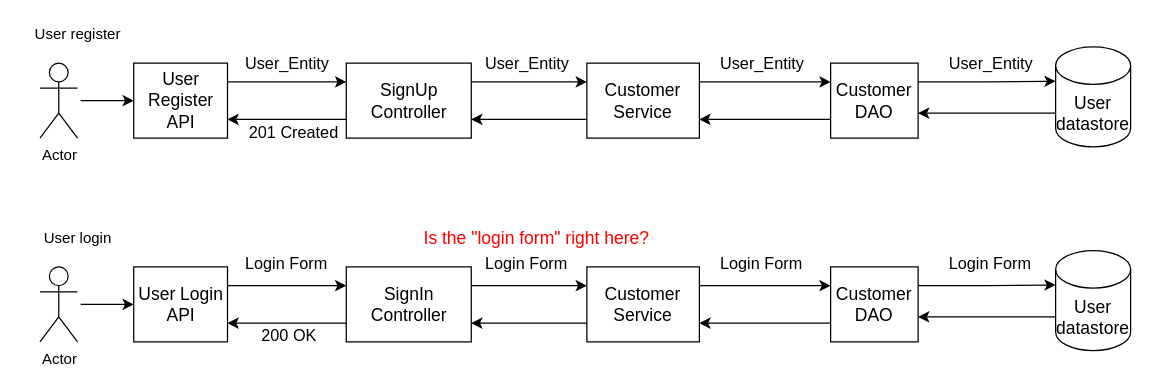
Above: page "User Service" (3 of 6) of Designdiagram/SystemOverview.drawio in laifukun/FLAGCamp-Design (draw.io), before the change. Source tidied: cells renumbered, new cells numbered last; positions are measured from the earlier drawing's top-left corner, leaving out a move shared by most shapes. Both pictures are drawn from the tidied source at 125%, with x=0, y=0 at pixel (20, 21).
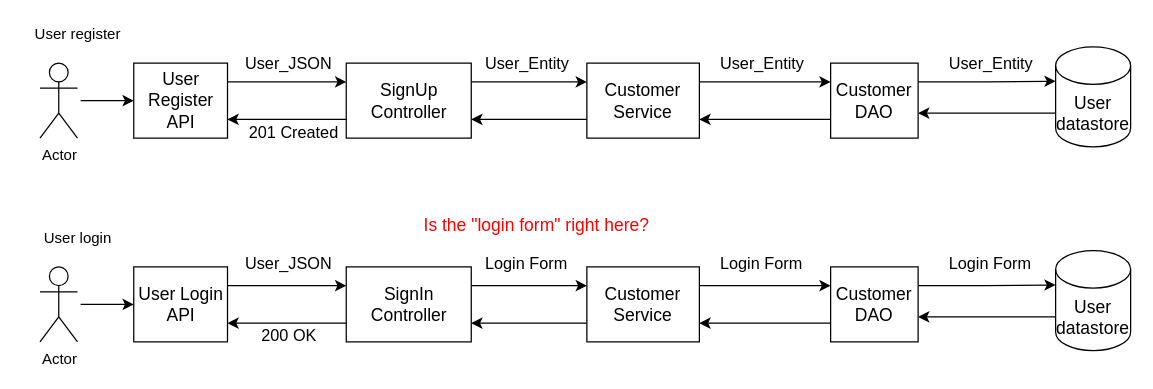
After the change.

Unchanged cells that the change refers to:
```xml
<mxCell id="17" style="endArrow=classic;html=1;exitX=1;exitY=0.25;exitDx=0;exitDy=0;entryX=0;entryY=0.25;entryDx=0;entryDy=0;" parent="1" edge="1" source="11" target="14">
  <mxGeometry relative="1" as="geometry" />
</mxCell>
<mxCell id="34" style="endArrow=classic;html=1;exitX=1;exitY=0.25;exitDx=0;exitDy=0;entryX=0;entryY=0.25;entryDx=0;entryDy=0;" parent="1" edge="1" source="28" target="31">
  <mxGeometry relative="1" as="geometry" />
</mxCell>
```

The edit, as a diff of the source:
```diff
@@
-    <mxCell id="18" value="User_Entity" style="edgeLabel;html=1;align=left;verticalAlign=bottom;fontSize=13;" parent="17" vertex="1">
+    <mxCell id="18" value="User_JSON" style="edgeLabel;html=1;align=left;verticalAlign=bottom;fontSize=13;" parent="17" vertex="1">
       <mxGeometry x="-1" relative="1" as="geometry">
         <mxPoint x="-365" y="-5" as="offset" />
       </mxGeometry>
     </mxCell>
@@
-    <mxCell id="35" value="Login Form" style="edgeLabel;html=1;align=left;verticalAlign=bottom;fontSize=13;" parent="34" vertex="1">
+    <mxCell id="35" value="User_JSON" style="edgeLabel;html=1;align=left;verticalAlign=bottom;fontSize=13;" parent="34" vertex="1">
       <mxGeometry x="-1" relative="1" as="geometry">
         <mxPoint x="-365" y="-8" as="offset" />
       </mxGeometry>
     </mxCell>
@@
     <mxCell id="44" value="Is the &quot;login form&quot; right here?" style="text;html=1;strokeColor=none;fillColor=none;align=center;verticalAlign=middle;whiteSpace=wrap;rounded=0;fontSize=14;fontColor=#FF0000;" parent="1" vertex="1">
-      <mxGeometry x="318" y="163" width="190" height="20" as="geometry" />
+      <mxGeometry x="318" y="153" width="190" height="20" as="geometry" />
     </mxCell>
```
